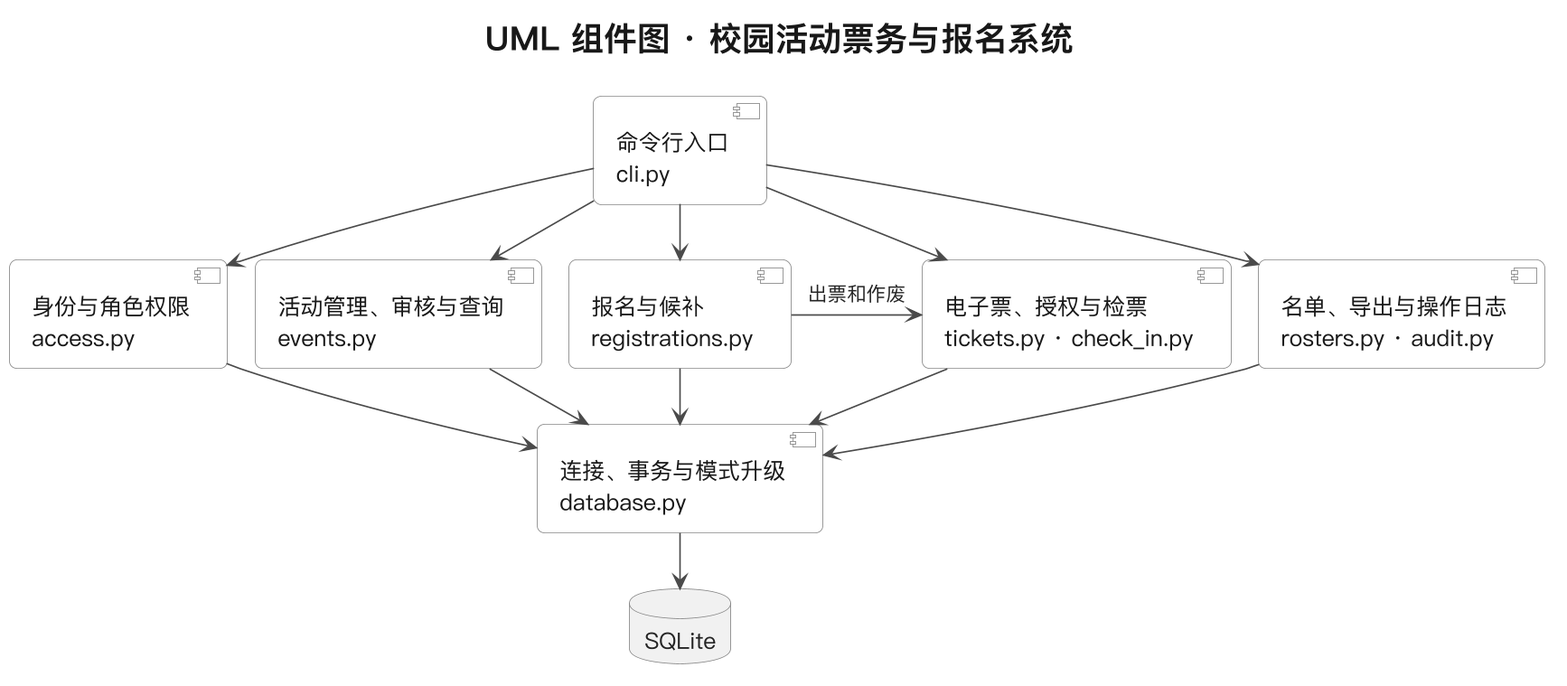
Earlier version of the PlantUML export Lab_3/UML/02-UML组件图.png (DyHamster/campus-event-registration).
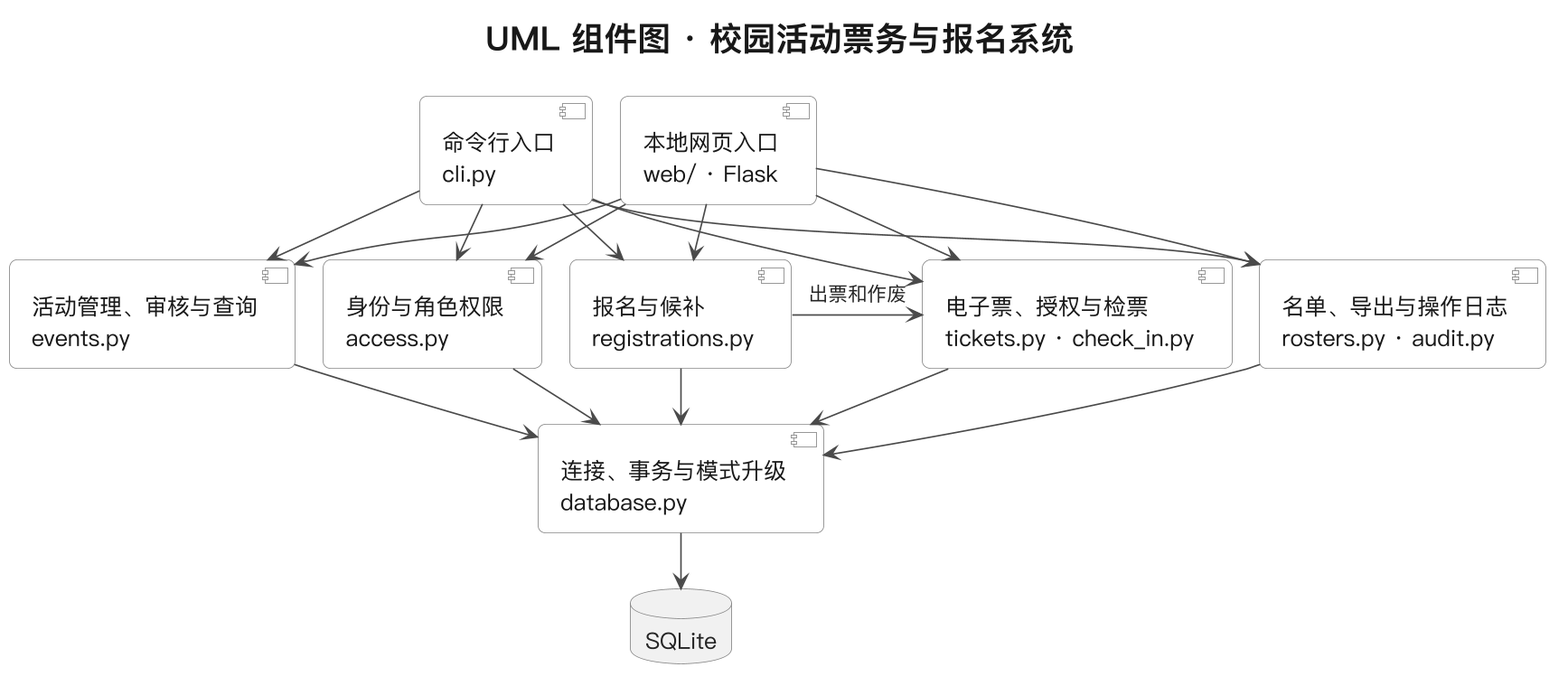
The same file after the commit.

The edit, as a diff of the source:
```diff
@@ -4,6 +4,7 @@
 title UML 组件图 · 校园活动票务与报名系统
 
 component "命令行入口\ncli.py" as CLI
+component "本地网页入口\nweb/ · Flask" as Web
 component "身份与角色权限\naccess.py" as Auth
 component "活动管理、审核与查询\nevents.py" as Event
 component "报名与候补\nregistrations.py" as Registration
@@ -17,6 +18,11 @@
 CLI --> Registration
 CLI --> Ticket
 CLI --> Report
+Web --> Auth
+Web --> Event
+Web --> Registration
+Web --> Ticket
+Web --> Report
 Auth --> Data
 Event --> Data
 Registration --> Data
```
